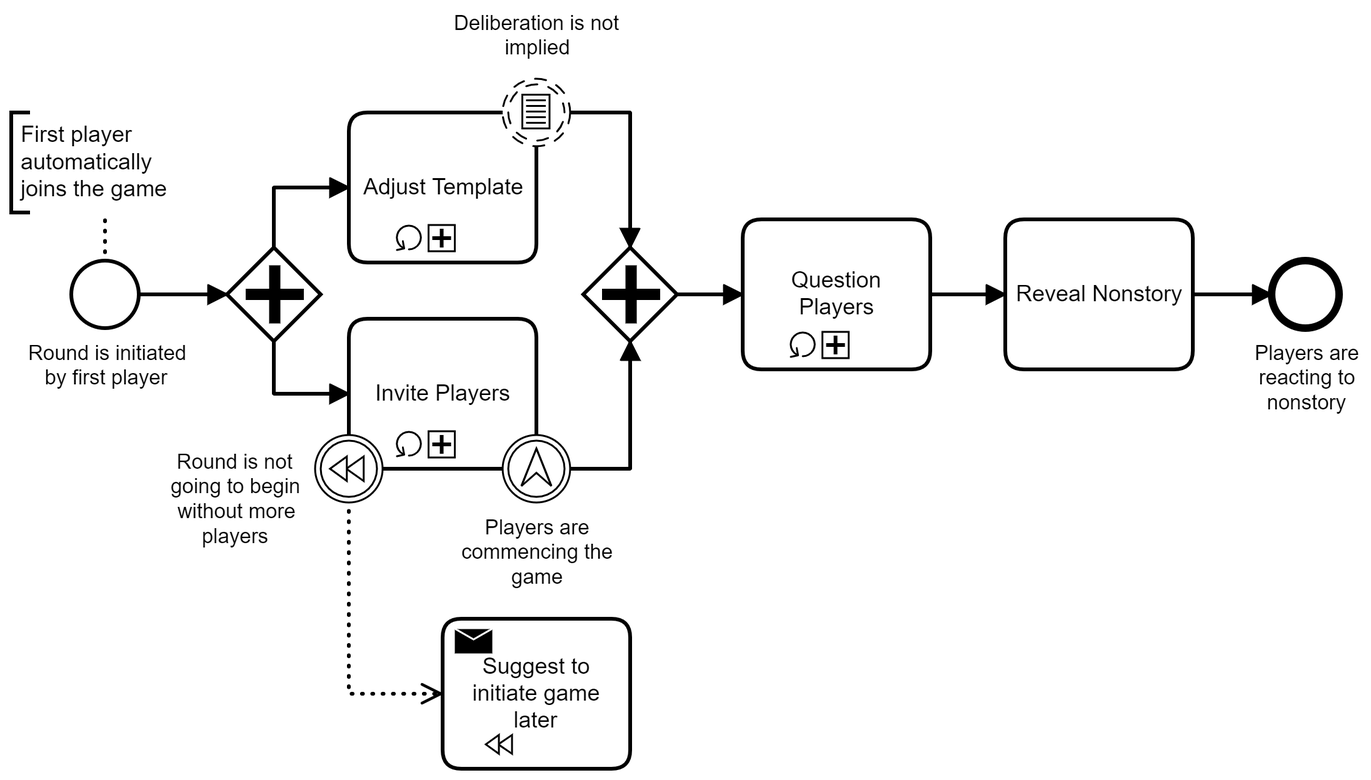
The BPMN diagram Processes/Round.png in nonstorio/nosenstory-design, before a commit. Its source is kept beside it as Processes/Round.bpmn. Ids are renumbered.
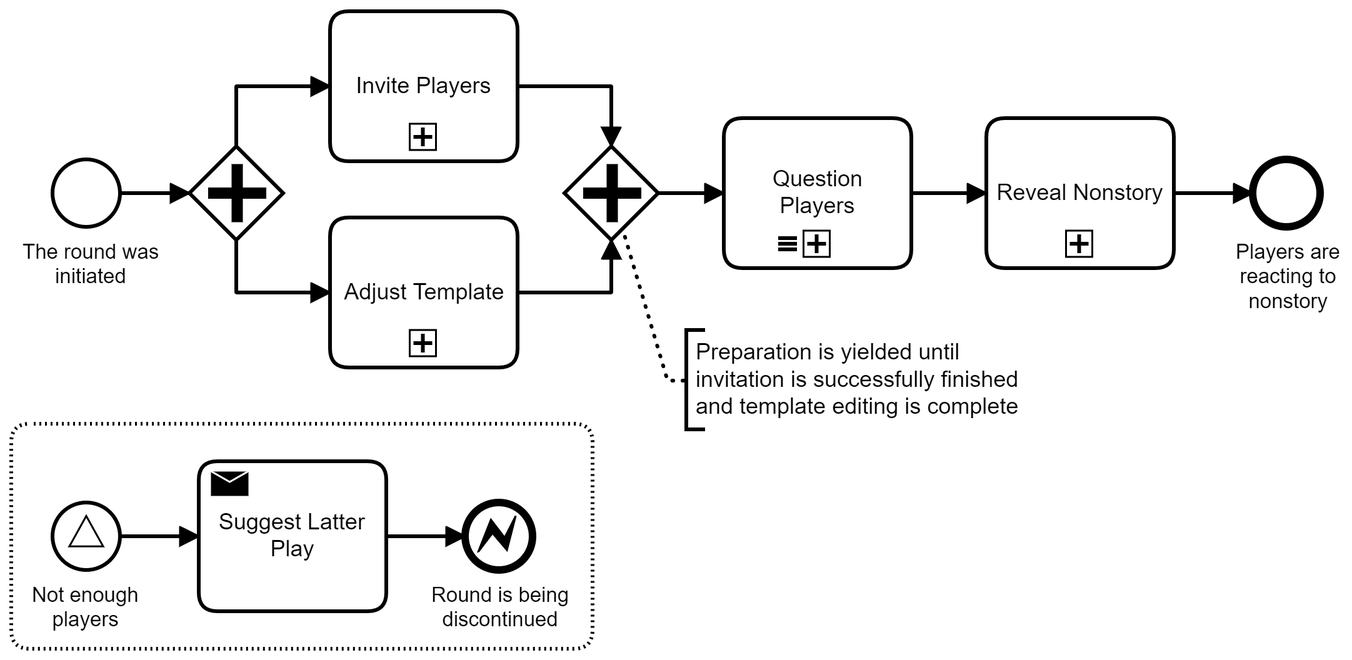
After the commit.

What changed in the source:
```diff
@@ -1,167 +1,169 @@
 <bpmn:definitions xmlns:bpmn="http://www.omg.org/spec/BPMN/20100524/MODEL" xmlns:bpmndi="http://www.omg.org/spec/BPMN/20100524/DI" xmlns:dc="http://www.omg.org/spec/DD/20100524/DC" xmlns:xsi="http://www.w3.org/2001/XMLSchema-instance" xmlns:di="http://www.omg.org/spec/DD/20100524/DI" id="Definitions_n1" targetNamespace="http://bpmn.io/schema/bpmn" exporter="Camunda Modeler" exporterVersion="3.7.0">
   <bpmn:process id="Process_n2" name="Round" isExecutable="true">
-    <bpmn:startEvent id="StartEvent_1" name="Round is initiated by first player">
-      <bpmn:outgoing>Flow_n3</bpmn:outgoing>
-    </bpmn:startEvent>
-    <bpmn:parallelGateway id="Gateway_n4">
-      <bpmn:incoming>Flow_n3</bpmn:incoming>
-      <bpmn:outgoing>Flow_n5</bpmn:outgoing>
-      <bpmn:outgoing>Flow_n6</bpmn:outgoing>
-    </bpmn:parallelGateway>
-    <bpmn:sequenceFlow id="Flow_n5" sourceRef="Gateway_n4" targetRef="Activity_n7" />
-    <bpmn:sequenceFlow id="Flow_n6" sourceRef="Gateway_n4" targetRef="Activity_n8" />
-    <bpmn:parallelGateway id="Gateway_n9">
-      <bpmn:incoming>Flow_n10</bpmn:incoming>
-      <bpmn:incoming>Flow_n11</bpmn:incoming>
-      <bpmn:outgoing>Flow_n12</bpmn:outgoing>
-    </bpmn:parallelGateway>
-    <bpmn:sequenceFlow id="Flow_n10" sourceRef="Event_n13" targetRef="Gateway_n9" />
-    <bpmn:subProcess id="Activity_n7" name="Adjust Template">
-      <bpmn:incoming>Flow_n5</bpmn:incoming>
-      <bpmn:standardLoopCharacteristics />
+    <bpmn:subProcess id="Activity_n16" name="Question Players">
+      <bpmn:incoming>Flow_n28</bpmn:incoming>
+      <bpmn:outgoing>Flow_n17</bpmn:outgoing>
+      <bpmn:multiInstanceLoopCharacteristics isSequential="true" />
     </bpmn:subProcess>
-    <bpmn:sequenceFlow id="Flow_n11" sourceRef="Event_n14" targetRef="Gateway_n9" />
-    <bpmn:boundaryEvent id="Event_n13" name="Deliberation is not implied" cancelActivity="false" attachedToRef="Activity_n7">
-      <bpmn:outgoing>Flow_n10</bpmn:outgoing>
-      <bpmn:conditionalEventDefinition id="ConditionalEventDefinition_n15">
-        <bpmn:condition xsi:type="bpmn:tFormalExpression" />
-      </bpmn:conditionalEventDefinition>
-    </bpmn:boundaryEvent>
-    <bpmn:sequenceFlow id="Flow_n12" sourceRef="Gateway_n9" targetRef="Activity_n16" />
-    <bpmn:subProcess id="Activity_n16" name="Question Players">
-      <bpmn:incoming>Flow_n12</bpmn:incoming>
-      <bpmn:outgoing>Flow_n17</bpmn:outgoing>
-      <bpmn:standardLoopCharacteristics />
-    </bpmn:subProcess>
-    <bpmn:task id="Activity_n18" name="Reveal Nonstory">
-      <bpmn:incoming>Flow_n17</bpmn:incoming>
-      <bpmn:outgoing>Flow_n19</bpmn:outgoing>
-    </bpmn:task>
     <bpmn:sequenceFlow id="Flow_n17" sourceRef="Activity_n16" targetRef="Activity_n18" />
     <bpmn:endEvent id="Event_n20" name="Players are reacting to nonstory">
       <bpmn:incoming>Flow_n19</bpmn:incoming>
     </bpmn:endEvent>
     <bpmn:sequenceFlow id="Flow_n19" sourceRef="Activity_n18" targetRef="Event_n20" />
+    <bpmn:parallelGateway id="Gateway_n4">
+      <bpmn:incoming>Flow_n3</bpmn:incoming>
+      <bpmn:outgoing>Flow_n6</bpmn:outgoing>
+      <bpmn:outgoing>Flow_n5</bpmn:outgoing>
+    </bpmn:parallelGateway>
+    <bpmn:sequenceFlow id="Flow_n6" sourceRef="Gateway_n4" targetRef="Activity_n8" />
+    <bpmn:sequenceFlow id="Flow_n5" sourceRef="Gateway_n4" targetRef="Activity_n7" />
     <bpmn:sequenceFlow id="Flow_n3" sourceRef="StartEvent_1" targetRef="Gateway_n4" />
-    <bpmn:boundaryEvent id="Event_n14" name="Players are commencing the game" attachedToRef="Activity_n8">
-      <bpmn:outgoing>Flow_n11</bpmn:outgoing>
-      <bpmn:escalationEventDefinition id="EscalationEventDefinition_n21" />
-    </bpmn:boundaryEvent>
-    <bpmn:boundaryEvent id="Event_n22" name="Round is not going to begin without more players" attachedToRef="Activity_n8">
-      <bpmn:compensateEventDefinition id="CompensateEventDefinition_n23" />
-    </bpmn:boundaryEvent>
+    <bpmn:sequenceFlow id="Flow_n29" sourceRef="Activity_n8" targetRef="Gateway_n30" />
+    <bpmn:sequenceFlow id="Flow_n31" sourceRef="Activity_n7" targetRef="Gateway_n30" />
+    <bpmn:sequenceFlow id="Flow_n28" sourceRef="Gateway_n30" targetRef="Activity_n16" />
+    <bpmn:subProcess id="Activity_n18" name="Reveal Nonstory">
+      <bpmn:incoming>Flow_n17</bpmn:incoming>
+      <bpmn:outgoing>Flow_n19</bpmn:outgoing>
+    </bpmn:subProcess>
+    <bpmn:subProcess id="Activity_n7" name="Adjust Template">
+      <bpmn:incoming>Flow_n5</bpmn:incoming>
+      <bpmn:outgoing>Flow_n31</bpmn:outgoing>
+    </bpmn:subProcess>
+    <bpmn:parallelGateway id="Gateway_n30">
+      <bpmn:incoming>Flow_n29</bpmn:incoming>
+      <bpmn:incoming>Flow_n31</bpmn:incoming>
+      <bpmn:outgoing>Flow_n28</bpmn:outgoing>
+    </bpmn:parallelGateway>
     <bpmn:subProcess id="Activity_n8" name="Invite Players">
       <bpmn:incoming>Flow_n6</bpmn:incoming>
-      <bpmn:standardLoopCharacteristics />
+      <bpmn:outgoing>Flow_n29</bpmn:outgoing>
     </bpmn:subProcess>
-    <bpmn:sendTask id="Activity_n24" name="Suggest to initiate game later" isForCompensation="true" />
-    <bpmn:association id="Association_n25" associationDirection="One" sourceRef="Event_n22" targetRef="Activity_n24" />
-    <bpmn:textAnnotation id="TextAnnotation_n26">
-      <bpmn:text>First player automatically joins the game</bpmn:text>
+    <bpmn:subProcess id="Activity_n32" triggeredByEvent="true">
+      <bpmn:startEvent id="Event_n33" name="Not enough players">
+        <bpmn:outgoing>Flow_n34</bpmn:outgoing>
+        <bpmn:signalEventDefinition id="SignalEventDefinition_n35" />
+      </bpmn:startEvent>
+      <bpmn:sendTask id="Activity_n36" name="Suggest Latter Play">
+        <bpmn:incoming>Flow_n34</bpmn:incoming>
+        <bpmn:outgoing>Flow_n37</bpmn:outgoing>
+      </bpmn:sendTask>
+      <bpmn:sequenceFlow id="Flow_n34" sourceRef="Event_n33" targetRef="Activity_n36" />
+      <bpmn:sequenceFlow id="Flow_n37" sourceRef="Activity_n36" targetRef="Event_n38" />
+      <bpmn:endEvent id="Event_n38" name="Round is being discontinued">
+        <bpmn:incoming>Flow_n37</bpmn:incoming>
+        <bpmn:errorEventDefinition id="ErrorEventDefinition_n39" />
+      </bpmn:endEvent>
+    </bpmn:subProcess>
+    <bpmn:startEvent id="StartEvent_1" name="The round was initiated">
+      <bpmn:outgoing>Flow_n3</bpmn:outgoing>
+    </bpmn:startEvent>
+    <bpmn:textAnnotation id="TextAnnotation_n40">
+      <bpmn:text>Preparation is yielded until invitation is successfully finished and template editing is complete</bpmn:text>
     </bpmn:textAnnotation>
-    <bpmn:association id="Association_n27" sourceRef="StartEvent_1" targetRef="TextAnnotation_n26" />
+    <bpmn:association id="Association_n41" sourceRef="Gateway_n30" targetRef="TextAnnotation_n40" />
   </bpmn:process>
   <bpmndi:BPMNDiagram id="BPMNDiagram_1">
     <bpmndi:BPMNPlane id="BPMNPlane_1" bpmnElement="Process_n2">
-      <bpmndi:BPMNShape id="_BPMNShape_StartEvent_2" bpmnElement="StartEvent_1">
-        <dc:Bounds x="192" y="209" width="36" height="36" />
-        <bpmndi:BPMNLabel>
-          <dc:Bounds x="169" y="252" width="85" height="27" />
-        </bpmndi:BPMNLabel>
-      </bpmndi:BPMNShape>
-      <bpmndi:BPMNShape id="Gateway_137bxmz_di" bpmnElement="Gateway_n4">
-        <dc:Bounds x="275" y="202" width="50" height="50" />
-      </bpmndi:BPMNShape>
-      <bpmndi:BPMNEdge id="Flow_n5_di" bpmnElement="Flow_n5">
-        <di:waypoint x="300" y="202" />
-        <di:waypoint x="300" y="170" />
-        <di:waypoint x="340" y="170" />
-      </bpmndi:BPMNEdge>
-      <bpmndi:BPMNEdge id="Flow_n6_di" bpmnElement="Flow_n6">
-        <di:waypoint x="300" y="252" />
-        <di:waypoint x="300" y="280" />
-        <di:waypoint x="340" y="280" />
-      </bpmndi:BPMNEdge>
-      <bpmndi:BPMNShape id="Gateway_n9_di" bpmnElement="Gateway_n9">
-        <dc:Bounds x="465" y="202" width="50" height="50" />
-      </bpmndi:BPMNShape>
-      <bpmndi:BPMNEdge id="Flow_n10_di" bpmnElement="Flow_n10">
-        <di:waypoint x="458" y="130" />
-        <di:waypoint x="490" y="130" />
-        <di:waypoint x="490" y="202" />
-      </bpmndi:BPMNEdge>
-      <bpmndi:BPMNShape id="Activity_052lty5_di" bpmnElement="Activity_n7">
-        <dc:Bounds x="340" y="130" width="100" height="80" />
-      </bpmndi:BPMNShape>
-      <bpmndi:BPMNEdge id="Flow_n11_di" bpmnElement="Flow_n11">
-        <di:waypoint x="458" y="320" />
-        <di:waypoint x="490" y="320" />
-        <di:waypoint x="490" y="252" />
-      </bpmndi:BPMNEdge>
-      <bpmndi:BPMNShape id="Event_0mv4j99_di" bpmnElement="Event_n13">
-        <dc:Bounds x="422" y="112" width="36" height="36" />
-        <bpmndi:BPMNLabel>
-          <dc:Bounds x="396" y="76" width="89" height="27" />
-        </bpmndi:BPMNLabel>
-      </bpmndi:BPMNShape>
-      <bpmndi:BPMNEdge id="Flow_n12_di" bpmnElement="Flow_n12">
-        <di:waypoint x="515" y="227" />
-        <di:waypoint x="550" y="227" />
-      </bpmndi:BPMNEdge>
       <bpmndi:BPMNShape id="Activity_1c4p4qt_di" bpmnElement="Activity_n16">
-        <dc:Bounds x="550" y="187" width="100" height="80" />
-      </bpmndi:BPMNShape>
-      <bpmndi:BPMNShape id="Activity_n18_di" bpmnElement="Activity_n18">
-        <dc:Bounds x="690" y="187" width="100" height="80" />
+        <dc:Bounds x="550" y="147" width="100" height="80" />
       </bpmndi:BPMNShape>
       <bpmndi:BPMNEdge id="Flow_n17_di" bpmnElement="Flow_n17">
-        <di:waypoint x="650" y="227" />
-        <di:waypoint x="690" y="227" />
+        <di:waypoint x="650" y="187" />
+        <di:waypoint x="690" y="187" />
       </bpmndi:BPMNEdge>
       <bpmndi:BPMNShape id="Event_n20_di" bpmnElement="Event_n20">
-        <dc:Bounds x="832" y="209" width="36" height="36" />
+        <dc:Bounds x="832" y="169" width="36" height="36" />
         <bpmndi:BPMNLabel>
-          <dc:Bounds x="823" y="252" width="56" height="40" />
+          <dc:Bounds x="823" y="212" width="56" height="40" />
         </bpmndi:BPMNLabel>
       </bpmndi:BPMNShape>
       <bpmndi:BPMNEdge id="Flow_n19_di" bpmnElement="Flow_n19">
-        <di:waypoint x="790" y="227" />
-        <di:waypoint x="832" y="227" />
+        <di:waypoint x="790" y="187" />
+        <di:waypoint x="832" y="187" />
+      </bpmndi:BPMNEdge>
+      <bpmndi:BPMNShape id="Gateway_137bxmz_di" bpmnElement="Gateway_n4">
+        <dc:Bounds x="265" y="162" width="50" height="50" />
+      </bpmndi:BPMNShape>
+      <bpmndi:BPMNEdge id="Flow_n6_di" bpmnElement="Flow_n6">
+        <di:waypoint x="290" y="162" />
+        <di:waypoint x="290" y="130" />
+        <di:waypoint x="340" y="130" />
+      </bpmndi:BPMNEdge>
+      <bpmndi:BPMNEdge id="Flow_n5_di" bpmnElement="Flow_n5">
+        <di:waypoint x="290" y="212" />
+        <di:waypoint x="290" y="240" />
+        <di:waypoint x="340" y="240" />
       </bpmndi:BPMNEdge>
       <bpmndi:BPMNEdge id="Flow_n3_di" bpmnElement="Flow_n3">
-        <di:waypoint x="228" y="227" />
-        <di:waypoint x="275" y="227" />
+        <di:waypoint x="228" y="187" />
+        <di:waypoint x="265" y="187" />
       </bpmndi:BPMNEdge>
-      <bpmndi:BPMNShape id="Event_0br27lp_di" bpmnElement="Event_n14">
-        <dc:Bounds x="422" y="302" width="36" height="36" />
+      <bpmndi:BPMNEdge id="Flow_n29_di" bpmnElement="Flow_n29">
+        <di:waypoint x="440" y="130" />
+        <di:waypoint x="490" y="130" />
+        <di:waypoint x="490" y="162" />
+      </bpmndi:BPMNEdge>
+      <bpmndi:BPMNEdge id="Flow_n31_di" bpmnElement="Flow_n31">
+        <di:waypoint x="440" y="240" />
+        <di:waypoint x="490" y="240" />
+        <di:waypoint x="490" y="212" />
+      </bpmndi:BPMNEdge>
+      <bpmndi:BPMNEdge id="Flow_n28_di" bpmnElement="Flow_n28">
+        <di:waypoint x="515" y="187" />
+        <di:waypoint x="550" y="187" />
+      </bpmndi:BPMNEdge>
+      <bpmndi:BPMNShape id="TextAnnotation_n40_di" bpmnElement="TextAnnotation_n40">
+        <dc:Bounds x="530" y="260" width="190" height="53" />
+      </bpmndi:BPMNShape>
+      <bpmndi:BPMNEdge id="Association_n41_di" bpmnElement="Association_n41">
+        <di:waypoint x="496" y="206" />
+        <di:waypoint x="520" y="287" />
+        <di:waypoint x="530" y="287" />
+      </bpmndi:BPMNEdge>
+      <bpmndi:BPMNShape id="Activity_1x5aase_di" bpmnElement="Activity_n18">
+        <dc:Bounds x="690" y="147" width="100" height="80" />
+      </bpmndi:BPMNShape>
+      <bpmndi:BPMNShape id="Activity_0xc2hwa_di" bpmnElement="Activity_n7">
+        <dc:Bounds x="340" y="200" width="100" height="80" />
+      </bpmndi:BPMNShape>
+      <bpmndi:BPMNShape id="Activity_13m35ci_di" bpmnElement="Activity_n36">
+        <dc:Bounds x="270" y="330" width="100" height="80" />
+      </bpmndi:BPMNShape>
+      <bpmndi:BPMNShape id="Gateway_1gmnfgv_di" bpmnElement="Gateway_n30">
+        <dc:Bounds x="465" y="162" width="50" height="50" />
+      </bpmndi:BPMNShape>
+      <bpmndi:BPMNShape id="Activity_1pdckrk_di" bpmnElement="Activity_n8">
+        <dc:Bounds x="340" y="90" width="100" height="80" />
+      </bpmndi:BPMNShape>
+      <bpmndi:BPMNShape id="Activity_11cj4g6_di" bpmnElement="Activity_n32" isExpanded="true">
+        <dc:Bounds x="170" y="310" width="310" height="120" />
+      </bpmndi:BPMNShape>
+      <bpmndi:BPMNShape id="Event_03crj67_di" bpmnElement="Event_n33">
+        <dc:Bounds x="192" y="352" width="36" height="36" />
         <bpmndi:BPMNLabel>
-          <dc:Bounds x="400" y="345" width="81" height="40" />
+          <dc:Bounds x="181" y="395" width="58" height="27" />
         </bpmndi:BPMNLabel>
       </bpmndi:BPMNShape>
-      <bpmndi:BPMNShape id="Event_0cs6621_di" bpmnElement="Event_n22">
-        <dc:Bounds x="322" y="302" width="36" height="36" />
+      <bpmndi:BPMNEdge id="Flow_n34_di" bpmnElement="Flow_n34">
+        <di:waypoint x="228" y="370" />
+        <di:waypoint x="270" y="370" />
+      </bpmndi:BPMNEdge>
+      <bpmndi:BPMNEdge id="Flow_n37_di" bpmnElement="Flow_n37">
+        <di:waypoint x="370" y="370" />
+        <di:waypoint x="412" y="370" />
+      </bpmndi:BPMNEdge>
+      <bpmndi:BPMNShape id="Event_1iese5n_di" bpmnElement="Event_n38">
+        <dc:Bounds x="412" y="352" width="36" height="36" />
         <bpmndi:BPMNLabel>
-          <dc:Bounds x="245" y="310" width="70" height="53" />
+          <dc:Bounds x="394" y="395" width="74" height="27" />
         </bpmndi:BPMNLabel>
       </bpmndi:BPMNShape>
-      <bpmndi:BPMNShape id="Activity_17ov067_di" bpmnElement="Activity_n8">
-        <dc:Bounds x="340" y="240" width="100" height="80" />
+      <bpmndi:BPMNShape id="Event_0gl2yo6_di" bpmnElement="StartEvent_1">
+        <dc:Bounds x="192" y="169" width="36" height="36" />
+        <bpmndi:BPMNLabel>
+          <dc:Bounds x="176" y="212" width="73" height="27" />
+        </bpmndi:BPMNLabel>
       </bpmndi:BPMNShape>
-      <bpmndi:BPMNEdge id="Association_n25_di" bpmnElement="Association_n25">
-        <di:waypoint x="340" y="338" />
-        <di:waypoint x="340" y="440" />
-        <di:waypoint x="390" y="440" />
-      </bpmndi:BPMNEdge>
-      <bpmndi:BPMNShape id="Activity_1tadm7o_di" bpmnElement="Activity_n24">
-        <dc:Bounds x="390" y="400" width="100" height="80" />
-      </bpmndi:BPMNShape>
-      <bpmndi:BPMNShape id="TextAnnotation_n26_di" bpmnElement="TextAnnotation_n26">
-        <dc:Bounds x="160" y="130" width="99.98924268502583" height="53.35628227194492" />
-      </bpmndi:BPMNShape>
-      <bpmndi:BPMNEdge id="Association_n27_di" bpmnElement="Association_n27">
-        <di:waypoint x="210" y="209" />
-        <di:waypoint x="210" y="183" />
-      </bpmndi:BPMNEdge>
     </bpmndi:BPMNPlane>
   </bpmndi:BPMNDiagram>
 </bpmn:definitions>
```
